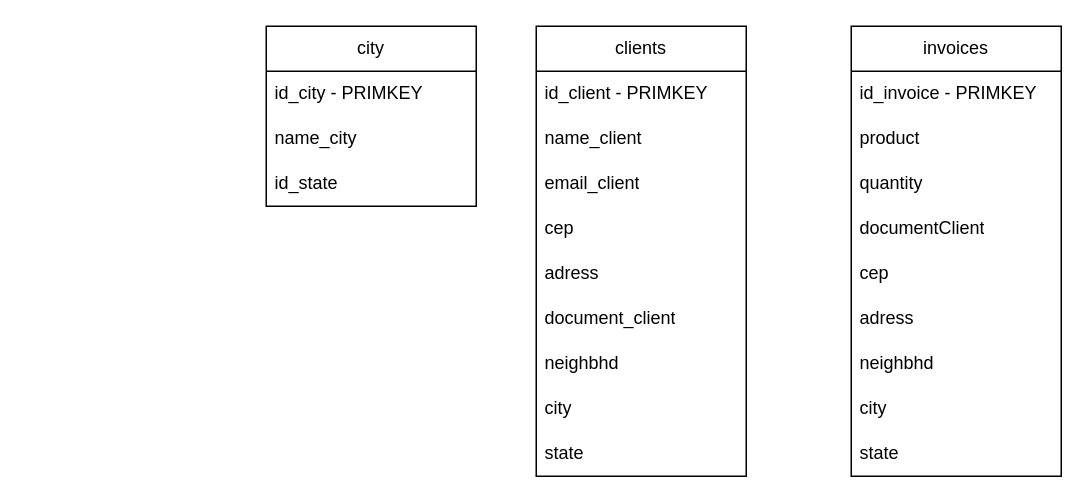
The draw.io diagram Diagrama sem nome.drawio in LucasCamposFerreira/node-js, before the edit. Source tidied: cells renumbered, new cells numbered last; positions are measured from the earlier drawing's top-left corner, leaving out a move shared by most shapes. Both pictures are drawn from the tidied source at 150%, with x=0, y=0 at pixel (266, 26).
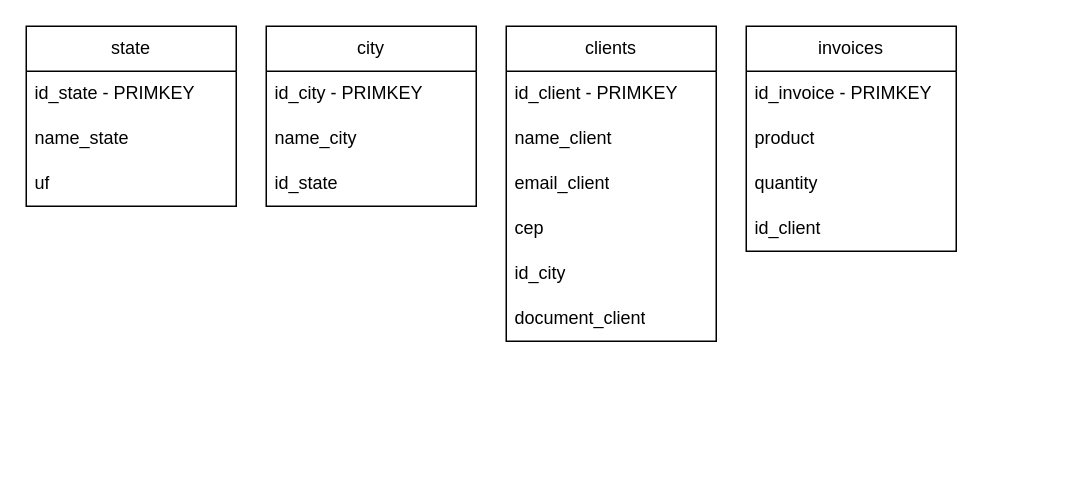
After the change.

What changed in the source:
```diff
@@
     <mxCell id="2" value="clients" style="swimlane;fontStyle=0;horizontal=1;startSize=30;whiteSpace=wrap;html=1;" parent="1" vertex="1">
-      <mxGeometry x="180" width="140" height="300" as="geometry" />
+      <mxGeometry x="160" width="140" height="210" as="geometry" />
     </mxCell>
@@
-    <mxCell id="7" value="adress" style="text;strokeColor=none;fillColor=none;align=left;verticalAlign=middle;spacingLeft=4;spacingRight=4;overflow=hidden;whiteSpace=wrap;html=1;" parent="2" vertex="1">
-      <mxGeometry y="150" width="140" height="30" as="geometry" />
-    </mxCell>
+    <mxCell id="10" value="id_city" style="text;strokeColor=none;fillColor=none;align=left;verticalAlign=middle;spacingLeft=4;spacingRight=4;overflow=hidden;whiteSpace=wrap;html=1;" parent="2" vertex="1">
+      <mxGeometry y="150" width="140" height="30" as="geometry" />
+    </mxCell>
@@
-    <mxCell id="9" value="neighbhd" style="text;strokeColor=none;fillColor=none;align=left;verticalAlign=middle;spacingLeft=4;spacingRight=4;overflow=hidden;whiteSpace=wrap;html=1;" parent="2" vertex="1">
-      <mxGeometry y="210" width="140" height="30" as="geometry" />
-    </mxCell>
-    <mxCell id="10" value="city" style="text;strokeColor=none;fillColor=none;align=left;verticalAlign=middle;spacingLeft=4;spacingRight=4;overflow=hidden;whiteSpace=wrap;html=1;" parent="2" vertex="1">
-      <mxGeometry y="240" width="140" height="30" as="geometry" />
-    </mxCell>
-    <mxCell id="11" value="state" style="text;strokeColor=none;fillColor=none;align=left;verticalAlign=middle;spacingLeft=4;spacingRight=4;overflow=hidden;whiteSpace=wrap;html=1;" parent="2" vertex="1">
-      <mxGeometry y="270" width="140" height="30" as="geometry" />
-    </mxCell>
     <mxCell id="12" value="invoices" style="swimlane;fontStyle=0;horizontal=1;startSize=30;whiteSpace=wrap;html=1;" parent="1" vertex="1">
-      <mxGeometry x="390" width="140" height="300" as="geometry" />
+      <mxGeometry x="320" width="140" height="150" as="geometry" />
     </mxCell>
@@
-    <mxCell id="16" value="documentClient" style="text;strokeColor=none;fillColor=none;align=left;verticalAlign=middle;spacingLeft=4;spacingRight=4;overflow=hidden;whiteSpace=wrap;html=1;" parent="12" vertex="1">
+    <mxCell id="16" value="id_client" style="text;strokeColor=none;fillColor=none;align=left;verticalAlign=middle;spacingLeft=4;spacingRight=4;overflow=hidden;whiteSpace=wrap;html=1;" parent="12" vertex="1">
       <mxGeometry y="120" width="140" height="30" as="geometry" />
     </mxCell>
-    <mxCell id="17" value="cep" style="text;strokeColor=none;fillColor=none;align=left;verticalAlign=middle;spacingLeft=4;spacingRight=4;overflow=hidden;whiteSpace=wrap;html=1;" parent="12" vertex="1">
-      <mxGeometry y="150" width="140" height="30" as="geometry" />
-    </mxCell>
-    <mxCell id="18" value="adress" style="text;strokeColor=none;fillColor=none;align=left;verticalAlign=middle;spacingLeft=4;spacingRight=4;overflow=hidden;whiteSpace=wrap;html=1;" parent="12" vertex="1">
-      <mxGeometry y="180" width="140" height="30" as="geometry" />
-    </mxCell>
-    <mxCell id="19" value="neighbhd" style="text;strokeColor=none;fillColor=none;align=left;verticalAlign=middle;spacingLeft=4;spacingRight=4;overflow=hidden;whiteSpace=wrap;html=1;" parent="12" vertex="1">
-      <mxGeometry y="210" width="140" height="30" as="geometry" />
-    </mxCell>
-    <mxCell id="20" value="city" style="text;strokeColor=none;fillColor=none;align=left;verticalAlign=middle;spacingLeft=4;spacingRight=4;overflow=hidden;whiteSpace=wrap;html=1;" parent="12" vertex="1">
-      <mxGeometry y="240" width="140" height="30" as="geometry" />
-    </mxCell>
-    <mxCell id="21" value="state" style="text;strokeColor=none;fillColor=none;align=left;verticalAlign=middle;spacingLeft=4;spacingRight=4;overflow=hidden;whiteSpace=wrap;html=1;" parent="12" vertex="1">
-      <mxGeometry y="270" width="140" height="30" as="geometry" />
-    </mxCell>
@@
+    <mxCell id="26" value="state" style="swimlane;fontStyle=0;horizontal=1;startSize=30;whiteSpace=wrap;html=1;" parent="1" vertex="1">
+      <mxGeometry x="-160" width="140" height="120" as="geometry" />
+    </mxCell>
+    <mxCell id="27" value="id_state - PRIMKEY" style="text;strokeColor=none;fillColor=none;align=left;verticalAlign=middle;spacingLeft=4;spacingRight=4;overflow=hidden;whiteSpace=wrap;html=1;" parent="26" vertex="1">
+      <mxGeometry y="30" width="140" height="30" as="geometry" />
+    </mxCell>
+    <mxCell id="28" value="name_state" style="text;strokeColor=none;fillColor=none;align=left;verticalAlign=middle;spacingLeft=4;spacingRight=4;overflow=hidden;whiteSpace=wrap;html=1;" parent="26" vertex="1">
+      <mxGeometry y="60" width="140" height="30" as="geometry" />
+    </mxCell>
+    <mxCell id="29" value="uf" style="text;strokeColor=none;fillColor=none;align=left;verticalAlign=middle;spacingLeft=4;spacingRight=4;overflow=hidden;whiteSpace=wrap;html=1;" parent="26" vertex="1">
+      <mxGeometry y="90" width="140" height="30" as="geometry" />
+    </mxCell>
```
